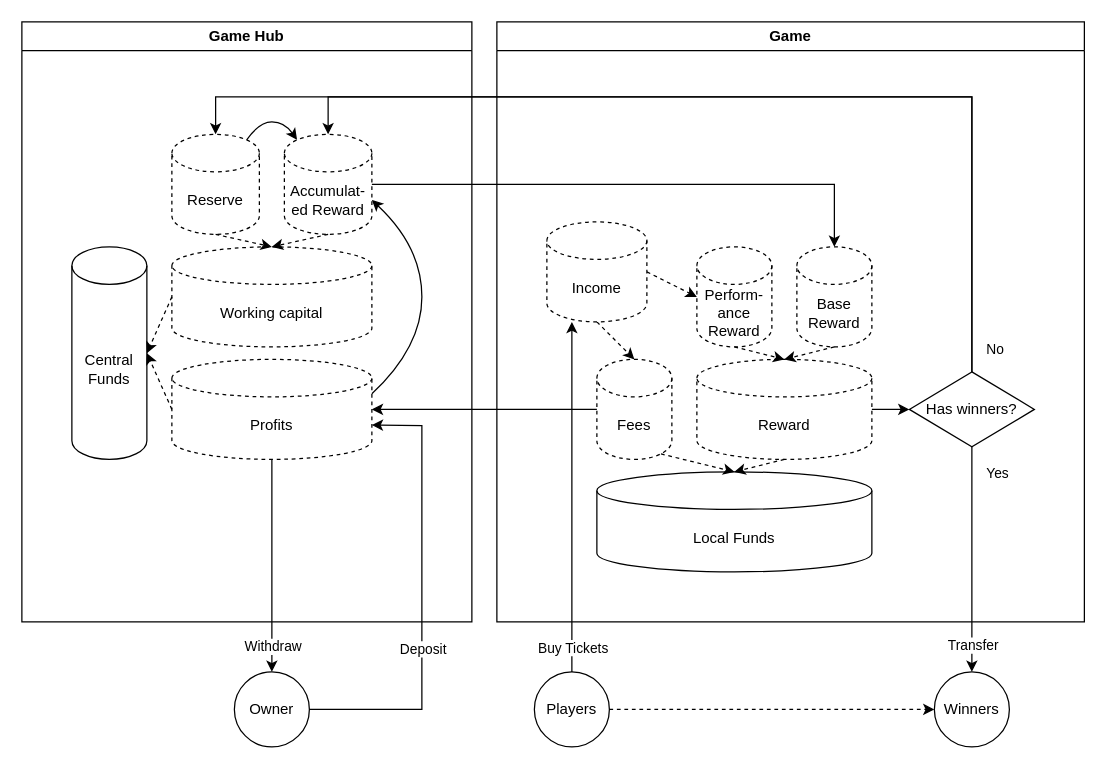
linhntaim/ethereum-lottery-contract keeps this draw.io diagram as docs/diagrams/LuckyGameCapitalCycle.drawio. Above is the earlier version. Source tidied: cells renumbered, new cells numbered last; positions are measured from the earlier drawing's top-left corner, leaving out a move shared by most shapes. Both pictures are drawn from the tidied source at 125%, with x=0, y=0 at pixel (21, 21).
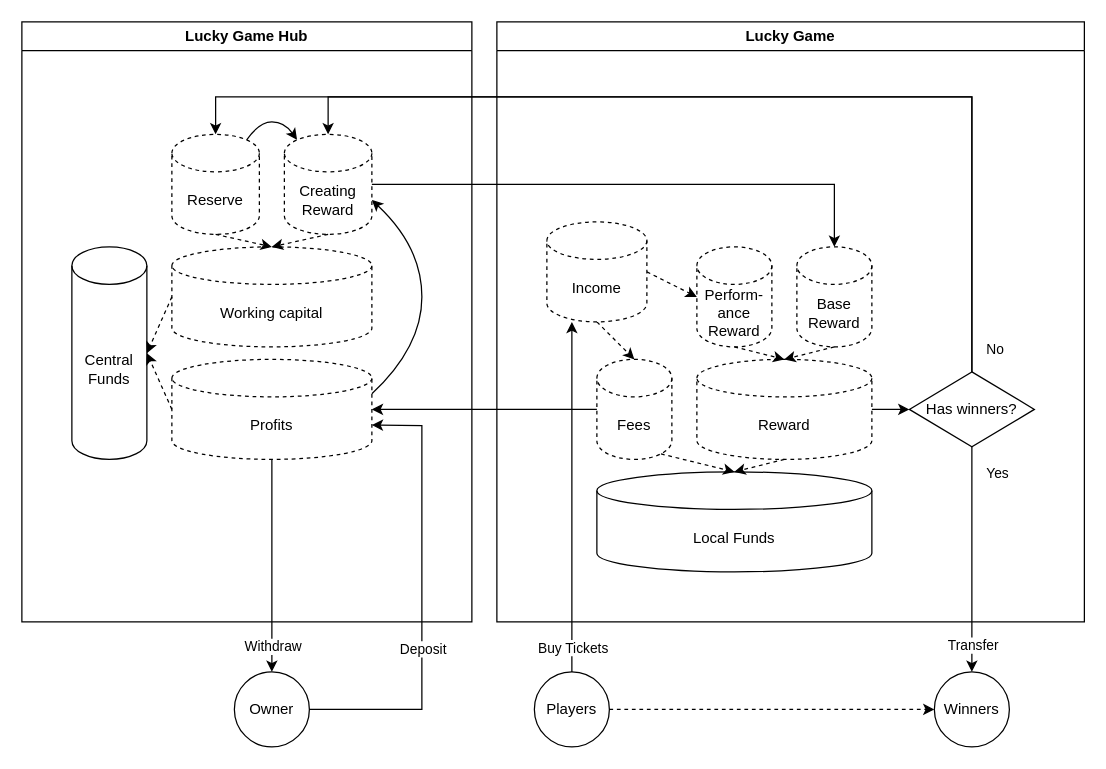
After the change.

Diff of the diagram source:
```diff
@@
-    <mxCell id="2" value="Game Hub" style="swimlane;whiteSpace=wrap;html=1;" parent="1" vertex="1">
+    <mxCell id="2" value="Lucky Game Hub" style="swimlane;whiteSpace=wrap;html=1;" parent="1" vertex="1">
       <mxGeometry width="360" height="480" as="geometry" />
     </mxCell>
@@
-    <mxCell id="10" value="Accumulat-ed Reward" style="shape=cylinder3;whiteSpace=wrap;html=1;boundedLbl=1;backgroundOutline=1;size=15;dashed=1;" parent="2" vertex="1">
+    <mxCell id="10" value="Creating Reward" style="shape=cylinder3;whiteSpace=wrap;html=1;boundedLbl=1;backgroundOutline=1;size=15;dashed=1;" parent="2" vertex="1">
       <mxGeometry x="210" y="90" width="70" height="80" as="geometry" />
     </mxCell>
@@
-    <mxCell id="14" value="Game" style="swimlane;whiteSpace=wrap;html=1;" parent="1" vertex="1">
+    <mxCell id="14" value="Lucky Game" style="swimlane;whiteSpace=wrap;html=1;" parent="1" vertex="1">
       <mxGeometry x="380" width="470" height="480" as="geometry" />
     </mxCell>
```
